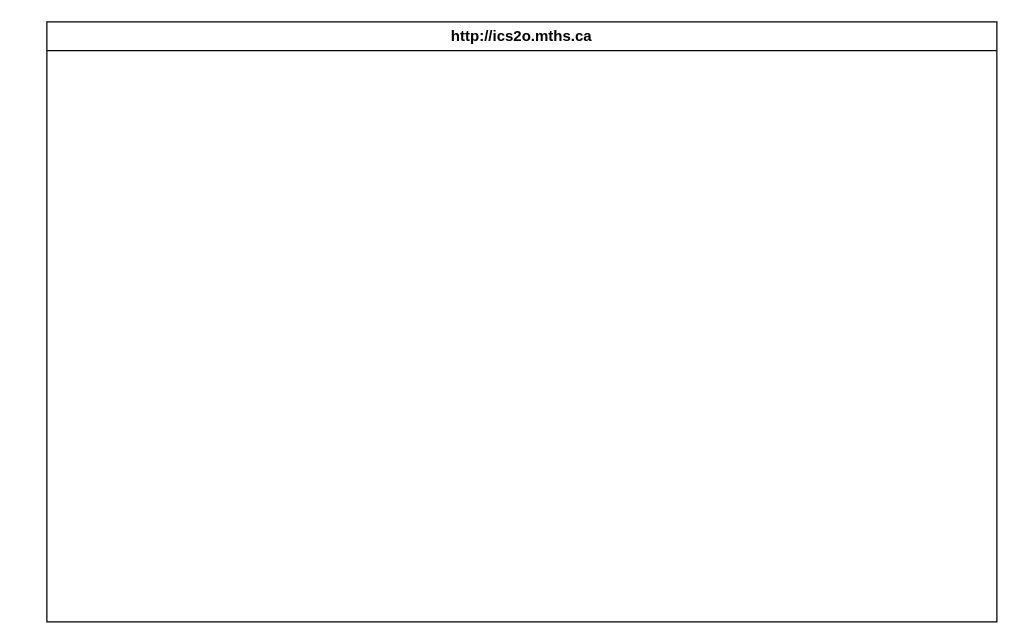
Earlier version of the draw.io diagram design/storyboard.drawio (MTHS-ICD2O-1-2023/ICD2O-Unit-6-03-Gabriel-Zanardi). Source tidied: cells renumbered, new cells numbered last; positions are measured from the earlier drawing's top-left corner, leaving out a move shared by most shapes. Both pictures are drawn from the tidied source at 125%, with x=0, y=0 at pixel (46, 21).
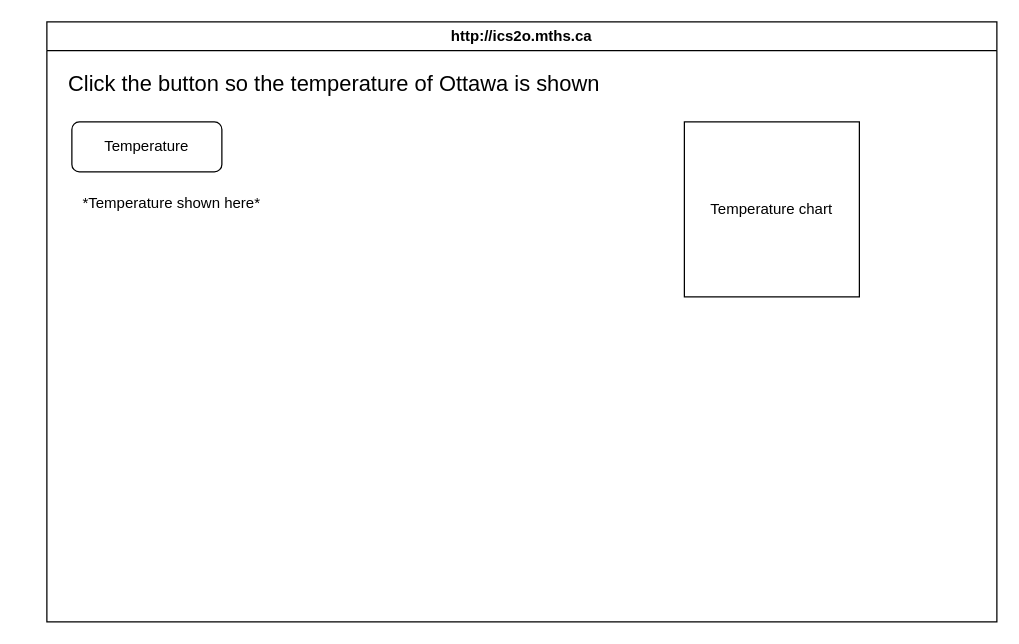
After the change.

Commit message (it also covers changes not shown here):
finished storyboard

The edit, as a diff of the source:
```diff
@@
 <mxGraphModel>
   <root>
     <mxCell id="0" />
     <mxCell id="1" parent="0" />
     <mxCell id="2" value="http://ics2o.mths.ca" style="swimlane;whiteSpace=wrap;html=1;" parent="1" vertex="1">
       <mxGeometry width="760" height="480" as="geometry" />
     </mxCell>
+    <mxCell id="3" value="&lt;span style=&quot;font-family: Helvetica, Arial, sans-serif; font-size: 17.5px; text-align: start;&quot;&gt;&lt;font color=&quot;#000000&quot;&gt;Click the button so the temperature of Ottawa is shown&lt;/font&gt;&lt;/span&gt;" style="text;html=1;strokeColor=none;fillColor=none;align=center;verticalAlign=middle;whiteSpace=wrap;rounded=0;" parent="2" vertex="1">
+      <mxGeometry x="-20" y="30" width="500" height="40" as="geometry" />
+    </mxCell>
+    <mxCell id="4" value="Temperature" style="rounded=1;whiteSpace=wrap;html=1;labelBackgroundColor=none;fontColor=#000000;" parent="2" vertex="1">
+      <mxGeometry x="20" y="80" width="120" height="40" as="geometry" />
+    </mxCell>
+    <mxCell id="5" value="*Temperature shown here*" style="text;html=1;strokeColor=none;fillColor=none;align=center;verticalAlign=middle;whiteSpace=wrap;rounded=0;labelBackgroundColor=none;fontColor=#000000;" parent="2" vertex="1">
+      <mxGeometry x="10" y="130" width="180" height="30" as="geometry" />
+    </mxCell>
+    <mxCell id="6" value="Temperature chart" style="whiteSpace=wrap;html=1;labelBackgroundColor=none;fontColor=#000000;" parent="2" vertex="1">
+      <mxGeometry x="510" y="80" width="140" height="140" as="geometry" />
+    </mxCell>
   </root>
 </mxGraphModel>
```
